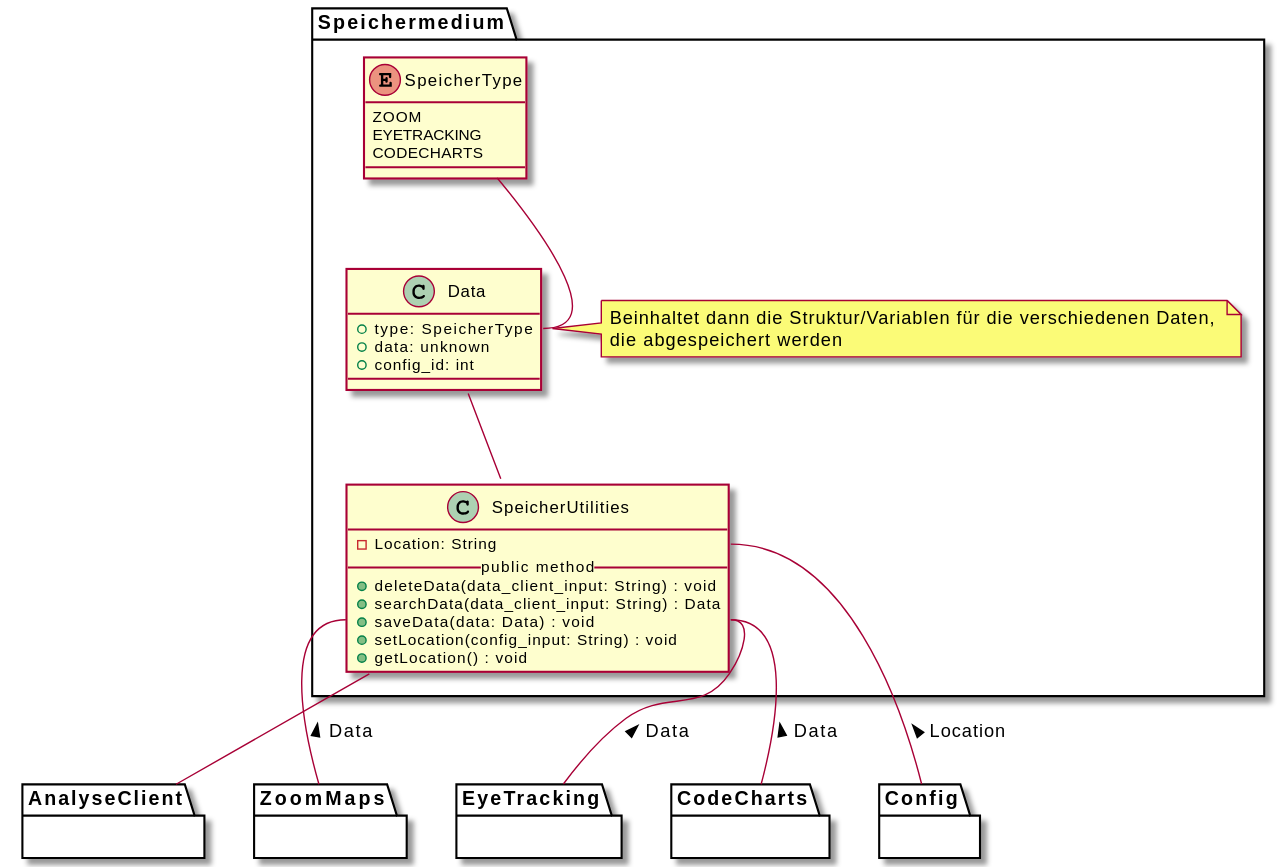
The PlantUML diagram meilenstein_03/uml-speichermedium/speichermedium.svg in weichware10/meilensteine, before a commit.
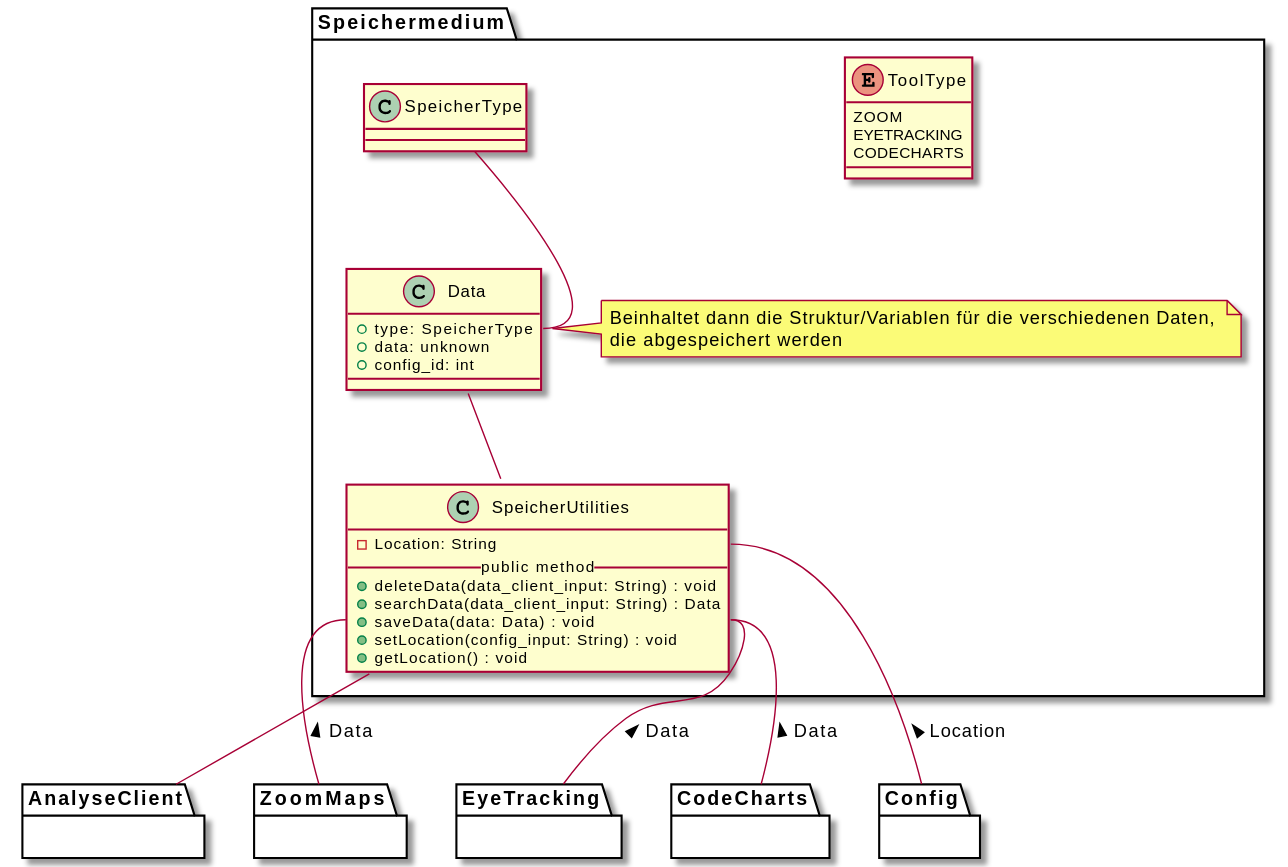
After the change.

Commit message:
Render PlantUML SVGs

The edit, as a diff of the source:
```diff
@@ -21,7 +21,7 @@
          die abgespeichert werden
       end note
 
-      enum SpeicherType {
+      enum ToolType {
          ZOOM
          EYETRACKING
          CODECHARTS
```
